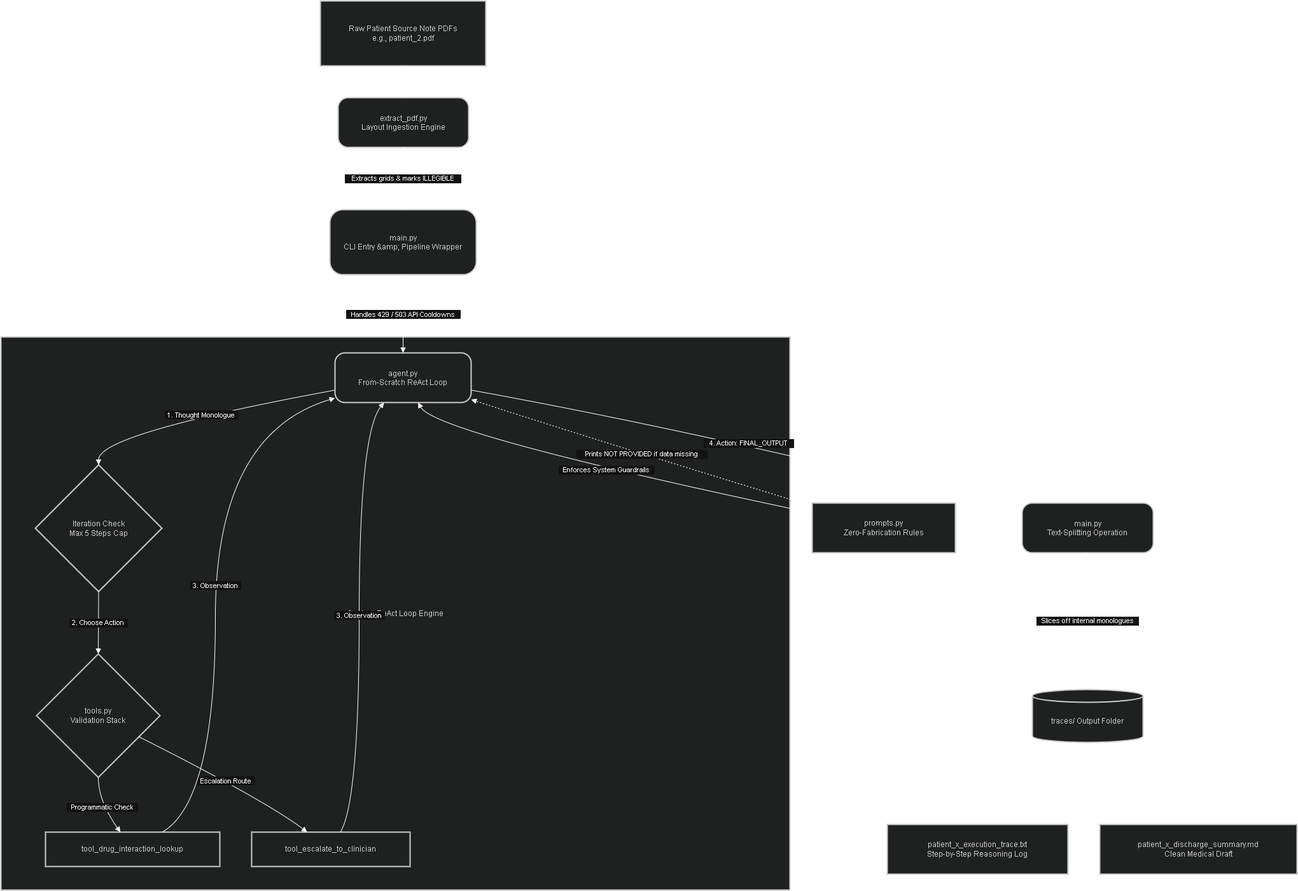
The draw.io diagram Describe_Discharge_Agent.png in karthik-k11/dscribe-discharge-agent, before a commit. Source tidied: cells renumbered, new cells last; positions are measured from the earlier drawing's top-left corner, leaving out a move shared by most shapes.
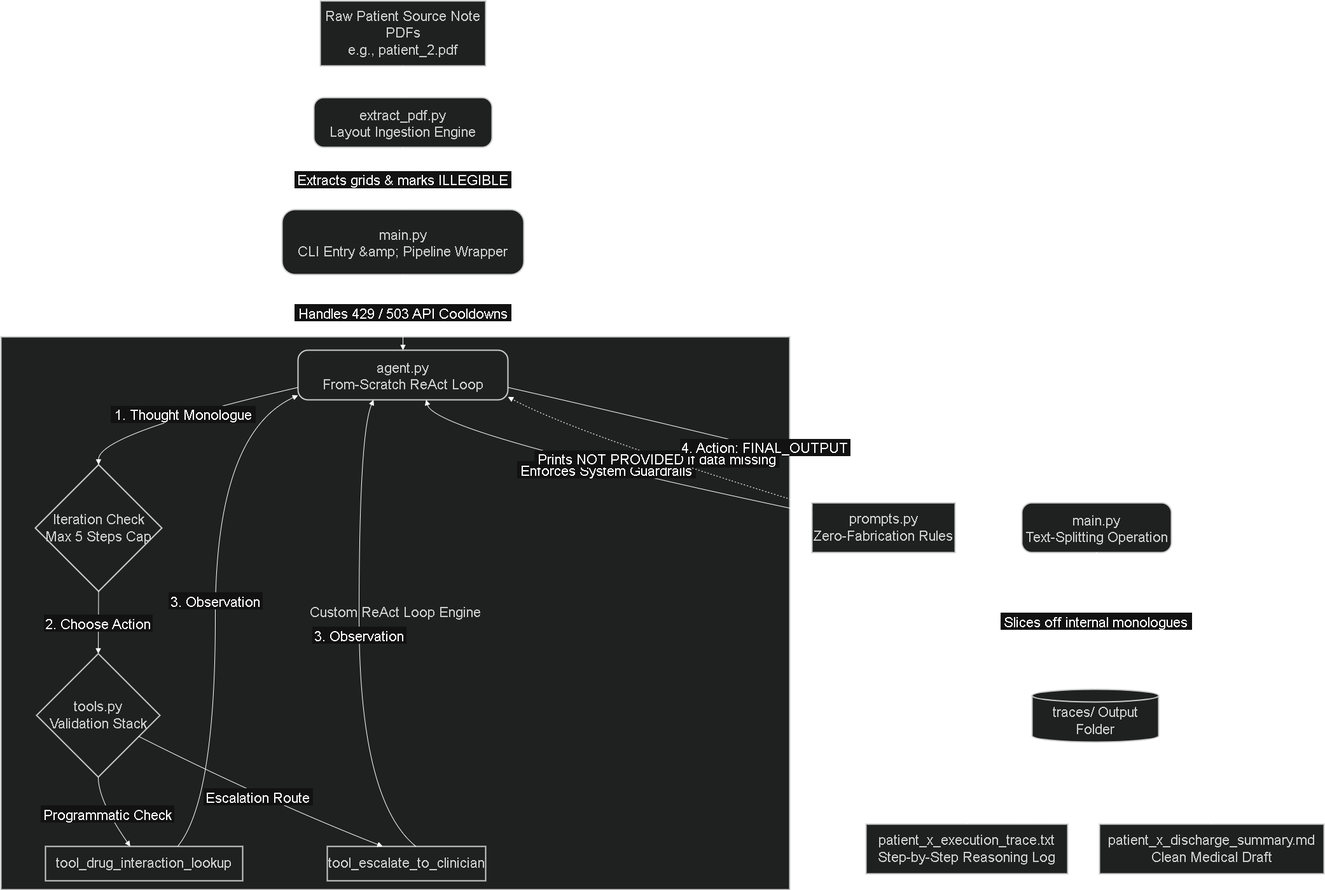
Later version of the same file.

Commit message:
Font size increased

What changed in the source:
```diff
@@ -2,82 +2,82 @@
   <root>
     <mxCell id="0" />
     <mxCell id="1" parent="0" />
-    <mxCell id="2" value="Custom ReAct Loop Engine" style="whiteSpace=wrap;strokeWidth=2;fillColor=light-dark(#eeeeee,#1f2020);strokeColor=light-dark(#999999,#cccccc);fontColor=light-dark(#333333,#cccccc);" parent="1" vertex="1">
+    <mxCell id="2" value="Custom ReAct Loop Engine" style="whiteSpace=wrap;strokeWidth=2;fillColor=light-dark(#eeeeee,#1f2020);strokeColor=light-dark(#999999,#cccccc);fontColor=light-dark(#333333,#cccccc);fontSize=22;" parent="1" vertex="1">
       <mxGeometry y="528" width="1240" height="869" as="geometry" />
     </mxCell>
-    <mxCell id="3" value="Raw Patient Source Note PDFs&#10;e.g., patient_2.pdf" style="whiteSpace=wrap;strokeWidth=2;fillColor=light-dark(#eeeeee,#1f2020);strokeColor=light-dark(#999999,#cccccc);fontColor=light-dark(#333333,#cccccc);" parent="1" vertex="1">
+    <mxCell id="3" value="Raw Patient Source Note PDFs&#10;e.g., patient_2.pdf" style="whiteSpace=wrap;strokeWidth=2;fillColor=light-dark(#eeeeee,#1f2020);strokeColor=light-dark(#999999,#cccccc);fontColor=light-dark(#333333,#cccccc);fontSize=22;" parent="1" vertex="1">
       <mxGeometry x="502" width="260" height="102" as="geometry" />
     </mxCell>
-    <mxCell id="4" value="extract_pdf.py&#10;Layout Ingestion Engine" style="rounded=1;arcSize=20;strokeWidth=2;fillColor=light-dark(#eeeeee,#1f2020);strokeColor=light-dark(#999999,#cccccc);fontColor=light-dark(#333333,#cccccc);" parent="1" vertex="1">
-      <mxGeometry x="530" y="152" width="205" height="78" as="geometry" />
+    <mxCell id="4" value="extract_pdf.py&#10;Layout Ingestion Engine" style="rounded=1;arcSize=20;strokeWidth=2;fillColor=light-dark(#eeeeee,#1f2020);strokeColor=light-dark(#999999,#cccccc);fontColor=light-dark(#333333,#cccccc);fontSize=22;" parent="1" vertex="1">
+      <mxGeometry x="492" y="152" width="280" height="78" as="geometry" />
     </mxCell>
-    <mxCell id="5" value="main.py&#10;CLI Entry &amp;amp; Pipeline Wrapper" style="rounded=1;arcSize=20;strokeWidth=2;fillColor=light-dark(#eeeeee,#1f2020);strokeColor=light-dark(#999999,#cccccc);fontColor=light-dark(#333333,#cccccc);" parent="1" vertex="1">
-      <mxGeometry x="517" y="328" width="230" height="102" as="geometry" />
+    <mxCell id="5" value="main.py&#10;CLI Entry &amp;amp; Pipeline Wrapper" style="rounded=1;arcSize=20;strokeWidth=2;fillColor=light-dark(#eeeeee,#1f2020);strokeColor=light-dark(#999999,#cccccc);fontColor=light-dark(#333333,#cccccc);fontSize=22;" parent="1" vertex="1">
+      <mxGeometry x="442" y="328" width="380" height="102" as="geometry" />
     </mxCell>
-    <mxCell id="6" value="agent.py&#10;From-Scratch ReAct Loop" style="rounded=1;arcSize=20;strokeWidth=2;fillColor=light-dark(#eeeeee,#1f2020);strokeColor=light-dark(#999999,#cccccc);fontColor=light-dark(#333333,#cccccc);" parent="1" vertex="1">
-      <mxGeometry x="525" y="553" width="214" height="78" as="geometry" />
+    <mxCell id="6" value="agent.py&#10;From-Scratch ReAct Loop" style="rounded=1;arcSize=20;strokeWidth=2;fillColor=light-dark(#eeeeee,#1f2020);strokeColor=light-dark(#999999,#cccccc);fontColor=light-dark(#333333,#cccccc);fontSize=22;" parent="1" vertex="1">
+      <mxGeometry x="467" y="549" width="330" height="78" as="geometry" />
     </mxCell>
-    <mxCell id="7" value="Iteration Check&#10;Max 5 Steps Cap" style="rhombus;strokeWidth=2;whiteSpace=wrap;fillColor=light-dark(#eeeeee,#1f2020);strokeColor=light-dark(#999999,#cccccc);fontColor=light-dark(#333333,#cccccc);" parent="1" vertex="1">
+    <mxCell id="7" value="Iteration Check&#10;Max 5 Steps Cap" style="rhombus;strokeWidth=2;whiteSpace=wrap;fillColor=light-dark(#eeeeee,#1f2020);strokeColor=light-dark(#999999,#cccccc);fontColor=light-dark(#333333,#cccccc);fontSize=22;" parent="1" vertex="1">
       <mxGeometry x="54" y="729" width="199" height="199" as="geometry" />
     </mxCell>
-    <mxCell id="8" value="tools.py&#10;Validation Stack" style="rhombus;strokeWidth=2;whiteSpace=wrap;fillColor=light-dark(#eeeeee,#1f2020);strokeColor=light-dark(#999999,#cccccc);fontColor=light-dark(#333333,#cccccc);" parent="1" vertex="1">
+    <mxCell id="8" value="tools.py&#10;Validation Stack" style="rhombus;strokeWidth=2;whiteSpace=wrap;fillColor=light-dark(#eeeeee,#1f2020);strokeColor=light-dark(#999999,#cccccc);fontColor=light-dark(#333333,#cccccc);fontSize=22;" parent="1" vertex="1">
       <mxGeometry x="56" y="1026" width="194" height="194" as="geometry" />
     </mxCell>
-    <mxCell id="9" value="tool_drug_interaction_lookup" style="whiteSpace=wrap;strokeWidth=2;fillColor=light-dark(#eeeeee,#1f2020);strokeColor=light-dark(#999999,#cccccc);fontColor=light-dark(#333333,#cccccc);" parent="1" vertex="1">
-      <mxGeometry x="70" y="1306" width="274" height="54" as="geometry" />
+    <mxCell id="9" value="tool_drug_interaction_lookup" style="whiteSpace=wrap;strokeWidth=2;fillColor=light-dark(#eeeeee,#1f2020);strokeColor=light-dark(#999999,#cccccc);fontColor=light-dark(#333333,#cccccc);fontSize=22;" parent="1" vertex="1">
+      <mxGeometry x="70" y="1329" width="310" height="54" as="geometry" />
     </mxCell>
-    <mxCell id="10" value="tool_escalate_to_clinician" style="whiteSpace=wrap;strokeWidth=2;fillColor=light-dark(#eeeeee,#1f2020);strokeColor=light-dark(#999999,#cccccc);fontColor=light-dark(#333333,#cccccc);" parent="1" vertex="1">
-      <mxGeometry x="394" y="1306" width="249" height="54" as="geometry" />
+    <mxCell id="10" value="tool_escalate_to_clinician" style="whiteSpace=wrap;strokeWidth=2;fillColor=light-dark(#eeeeee,#1f2020);strokeColor=light-dark(#999999,#cccccc);fontColor=light-dark(#333333,#cccccc);fontSize=22;" parent="1" vertex="1">
+      <mxGeometry x="513" y="1329" width="249" height="54" as="geometry" />
     </mxCell>
-    <mxCell id="11" value="prompts.py&#10;Zero-Fabrication Rules" style="whiteSpace=wrap;strokeWidth=2;fillColor=light-dark(#eeeeee,#1f2020);strokeColor=light-dark(#999999,#cccccc);fontColor=light-dark(#333333,#cccccc);" parent="1" vertex="1">
+    <mxCell id="11" value="prompts.py&#10;Zero-Fabrication Rules" style="whiteSpace=wrap;strokeWidth=2;fillColor=light-dark(#eeeeee,#1f2020);strokeColor=light-dark(#999999,#cccccc);fontColor=light-dark(#333333,#cccccc);fontSize=22;" parent="1" vertex="1">
       <mxGeometry x="1275" y="789" width="225" height="78" as="geometry" />
     </mxCell>
-    <mxCell id="12" value="main.py&#10;Text-Splitting Operation" style="rounded=1;arcSize=20;strokeWidth=2;fillColor=light-dark(#eeeeee,#1f2020);strokeColor=light-dark(#999999,#cccccc);fontColor=light-dark(#333333,#cccccc);" parent="1" vertex="1">
-      <mxGeometry x="1605" y="789" width="206" height="78" as="geometry" />
+    <mxCell id="12" value="main.py&#10;Text-Splitting Operation" style="rounded=1;arcSize=20;strokeWidth=2;fillColor=light-dark(#eeeeee,#1f2020);strokeColor=light-dark(#999999,#cccccc);fontColor=light-dark(#333333,#cccccc);fontSize=22;" parent="1" vertex="1">
+      <mxGeometry x="1605" y="789" width="235" height="78" as="geometry" />
     </mxCell>
-    <mxCell id="13" value="traces/ Output Folder" style="shape=cylinder3;boundedLbl=1;backgroundOutline=1;size=10;strokeWidth=2;whiteSpace=wrap;fillColor=light-dark(#eeeeee,#1f2020);strokeColor=light-dark(#999999,#cccccc);fontColor=light-dark(#333333,#cccccc);" parent="1" vertex="1">
-      <mxGeometry x="1621" y="1082" width="174" height="83" as="geometry" />
+    <mxCell id="13" value="traces/ Output Folder" style="shape=cylinder3;boundedLbl=1;backgroundOutline=1;size=10;strokeWidth=2;whiteSpace=wrap;fillColor=light-dark(#eeeeee,#1f2020);strokeColor=light-dark(#999999,#cccccc);fontColor=light-dark(#333333,#cccccc);fontSize=22;" parent="1" vertex="1">
+      <mxGeometry x="1621" y="1082" width="199" height="83" as="geometry" />
     </mxCell>
-    <mxCell id="14" value="patient_x_execution_trace.txt&#10;Step-by-Step Reasoning Log" style="whiteSpace=wrap;strokeWidth=2;fillColor=light-dark(#eeeeee,#1f2020);strokeColor=light-dark(#999999,#cccccc);fontColor=light-dark(#333333,#cccccc);" parent="1" vertex="1">
-      <mxGeometry x="1393" y="1294" width="284" height="78" as="geometry" />
+    <mxCell id="14" value="patient_x_execution_trace.txt&#10;Step-by-Step Reasoning Log" style="whiteSpace=wrap;strokeWidth=2;fillColor=light-dark(#eeeeee,#1f2020);strokeColor=light-dark(#999999,#cccccc);fontColor=light-dark(#333333,#cccccc);fontSize=22;" parent="1" vertex="1">
+      <mxGeometry x="1360" y="1294" width="317" height="78" as="geometry" />
     </mxCell>
-    <mxCell id="15" value="patient_x_discharge_summary.md&#10;Clean Medical Draft" style="whiteSpace=wrap;strokeWidth=2;fillColor=light-dark(#eeeeee,#1f2020);strokeColor=light-dark(#999999,#cccccc);fontColor=light-dark(#333333,#cccccc);" parent="1" vertex="1">
-      <mxGeometry x="1727" y="1294" width="310" height="78" as="geometry" />
+    <mxCell id="15" value="patient_x_discharge_summary.md&#10;Clean Medical Draft" style="whiteSpace=wrap;strokeWidth=2;fillColor=light-dark(#eeeeee,#1f2020);strokeColor=light-dark(#999999,#cccccc);fontColor=light-dark(#333333,#cccccc);fontSize=22;" parent="1" vertex="1">
+      <mxGeometry x="1727" y="1294" width="353" height="78" as="geometry" />
     </mxCell>
-    <mxCell id="16" style="curved=1;startArrow=none;endArrow=block;exitX=0.5;exitY=1;entryX=0.5;entryY=0;rounded=0;" parent="1" edge="1" source="3" target="4">
+    <mxCell id="16" style="curved=1;startArrow=none;endArrow=block;exitX=0.5;exitY=1;entryX=0.5;entryY=0;rounded=0;fontSize=22;" parent="1" edge="1" source="3" target="4">
       <mxGeometry relative="1" as="geometry" />
     </mxCell>
-    <mxCell id="17" value="Extracts grids &amp; marks ILLEGIBLE" style="curved=1;startArrow=none;endArrow=block;exitX=0.5;exitY=1;entryX=0.5;entryY=0;rounded=0;" parent="1" edge="1" source="4" target="5">
+    <mxCell id="17" value="Extracts grids &amp; marks ILLEGIBLE" style="curved=1;startArrow=none;endArrow=block;exitX=0.5;exitY=1;entryX=0.5;entryY=0;rounded=0;fontSize=22;" parent="1" edge="1" source="4" target="5">
       <mxGeometry relative="1" as="geometry" />
     </mxCell>
-    <mxCell id="18" value="Handles 429 / 503 API Cooldowns" style="curved=1;startArrow=none;endArrow=block;exitX=0.5;exitY=1;entryX=0.5;entryY=0;rounded=0;" parent="1" edge="1" source="5" target="6">
+    <mxCell id="18" value="Handles 429 / 503 API Cooldowns" style="curved=1;startArrow=none;endArrow=block;exitX=0.5;exitY=1;entryX=0.5;entryY=0;rounded=0;fontSize=22;" parent="1" edge="1" source="5" target="6">
       <mxGeometry relative="1" as="geometry" />
     </mxCell>
-    <mxCell id="19" value="1. Thought Monologue" style="curved=1;startArrow=none;endArrow=block;exitX=0;exitY=0.75;entryX=0.5;entryY=0;rounded=0;" parent="1" edge="1" source="6" target="7">
+    <mxCell id="19" value="1. Thought Monologue" style="curved=1;startArrow=none;endArrow=block;exitX=0;exitY=0.75;entryX=0.5;entryY=0;rounded=0;fontSize=22;" parent="1" edge="1" source="6" target="7">
       <mxGeometry relative="1" as="geometry">
         <Array as="points">
           <mxPoint x="153" y="680" />
         </Array>
       </mxGeometry>
     </mxCell>
-    <mxCell id="20" value="2. Choose Action" style="curved=1;startArrow=none;endArrow=block;exitX=0.5;exitY=1;entryX=0.5;entryY=0;rounded=0;" parent="1" edge="1" source="7" target="8">
+    <mxCell id="20" value="2. Choose Action" style="curved=1;startArrow=none;endArrow=block;exitX=0.5;exitY=1;entryX=0.5;entryY=0;rounded=0;fontSize=22;" parent="1" edge="1" source="7" target="8">
       <mxGeometry relative="1" as="geometry" />
     </mxCell>
-    <mxCell id="21" value="Programmatic Check" style="curved=1;startArrow=none;endArrow=block;exitX=0.5;exitY=1;entryX=0.43;entryY=0;rounded=0;" parent="1" edge="1" source="8" target="9">
+    <mxCell id="21" value="Programmatic Check" style="curved=1;startArrow=none;endArrow=block;exitX=0.5;exitY=1;entryX=0.43;entryY=0;rounded=0;fontSize=22;" parent="1" edge="1" source="8" target="9">
       <mxGeometry relative="1" as="geometry">
         <Array as="points">
           <mxPoint x="153" y="1257" />
         </Array>
       </mxGeometry>
     </mxCell>
-    <mxCell id="22" value="Escalation Route" style="curved=1;startArrow=none;endArrow=block;exitX=1;exitY=0.76;entryX=0.35;entryY=0;rounded=0;" parent="1" edge="1" source="8" target="10">
+    <mxCell id="22" value="Escalation Route" style="curved=1;startArrow=none;endArrow=block;exitX=1;exitY=0.76;entryX=0.35;entryY=0;rounded=0;fontSize=22;" parent="1" edge="1" source="8" target="10">
       <mxGeometry relative="1" as="geometry">
         <Array as="points">
           <mxPoint x="417" y="1257" />
         </Array>
       </mxGeometry>
     </mxCell>
-    <mxCell id="23" value="3. Observation" style="curved=1;startArrow=none;endArrow=block;exitX=0.67;exitY=0;entryX=0;entryY=0.91;rounded=0;" parent="1" edge="1" source="9" target="6">
+    <mxCell id="23" value="3. Observation" style="curved=1;startArrow=none;endArrow=block;exitX=0.67;exitY=0;entryX=0;entryY=0.91;rounded=0;fontSize=22;" parent="1" edge="1" source="9" target="6">
       <mxGeometry relative="1" as="geometry">
         <Array as="points">
           <mxPoint x="337" y="1257" />
@@ -85,7 +85,7 @@
         </Array>
       </mxGeometry>
     </mxCell>
-    <mxCell id="24" value="3. Observation" style="curved=1;startArrow=none;endArrow=block;exitX=0.56;exitY=0;entryX=0.36;entryY=1;rounded=0;" parent="1" edge="1" source="10" target="6">
+    <mxCell id="24" value="3. Observation" style="curved=1;startArrow=none;endArrow=block;exitX=0.56;exitY=0;entryX=0.36;entryY=1;rounded=0;fontSize=22;" parent="1" edge="1" source="10" target="6">
       <mxGeometry relative="1" as="geometry">
         <Array as="points">
           <mxPoint x="563" y="1257" />
@@ -93,38 +93,38 @@
         </Array>
       </mxGeometry>
     </mxCell>
-    <mxCell id="25" value="Enforces System Guardrails" style="curved=1;startArrow=block;endArrow=block;exitX=0.61;exitY=1;entryX=0;entryY=0.2;rounded=0;" parent="1" edge="1" source="6" target="11">
+    <mxCell id="25" value="Enforces System Guardrails" style="curved=1;startArrow=block;endArrow=block;exitX=0.61;exitY=1;entryX=0;entryY=0.2;rounded=0;fontSize=22;" parent="1" edge="1" source="6" target="11">
       <mxGeometry relative="1" as="geometry">
         <Array as="points">
           <mxPoint x="683" y="680" />
         </Array>
       </mxGeometry>
     </mxCell>
-    <mxCell id="26" value="Prints NOT PROVIDED if data missing" style="curved=1;dashed=1;dashPattern=2 3;startArrow=none;endArrow=block;exitX=0;exitY=0.06;entryX=1;entryY=0.94;rounded=0;" parent="1" edge="1" source="11" target="6">
+    <mxCell id="26" value="Prints NOT PROVIDED if data missing" style="curved=1;dashed=1;dashPattern=2 3;startArrow=none;endArrow=block;exitX=0;exitY=0.06;entryX=1;entryY=0.94;rounded=0;fontSize=22;" parent="1" edge="1" source="11" target="6">
       <mxGeometry relative="1" as="geometry">
         <Array as="points">
           <mxPoint x="903" y="680" />
         </Array>
       </mxGeometry>
     </mxCell>
-    <mxCell id="27" value="4. Action: FINAL_OUTPUT" style="curved=1;startArrow=none;endArrow=block;exitX=1;exitY=0.75;entryX=0;entryY=0.17;rounded=0;" parent="1" edge="1" source="6" target="12">
+    <mxCell id="27" value="4. Action: FINAL_OUTPUT" style="curved=1;startArrow=none;endArrow=block;exitX=1;exitY=0.75;entryX=0;entryY=0.17;rounded=0;fontSize=22;" parent="1" edge="1" source="6" target="12">
       <mxGeometry relative="1" as="geometry">
         <Array as="points">
           <mxPoint x="1117" y="680" />
         </Array>
       </mxGeometry>
     </mxCell>
-    <mxCell id="28" value="Slices off internal monologues" style="curved=1;startArrow=none;endArrow=block;exitX=0.5;exitY=1;entryX=0.5;entryY=0;rounded=0;" parent="1" edge="1" source="12" target="13">
+    <mxCell id="28" value="Slices off internal monologues" style="curved=1;startArrow=none;endArrow=block;exitX=0.5;exitY=1;entryX=0.5;entryY=0;rounded=0;fontSize=22;" parent="1" edge="1" source="12" target="13">
       <mxGeometry relative="1" as="geometry" />
     </mxCell>
-    <mxCell id="29" style="curved=1;startArrow=none;endArrow=block;exitX=0.19;exitY=0.99;entryX=0.5;entryY=0;rounded=0;" parent="1" edge="1" source="13" target="14">
+    <mxCell id="29" style="curved=1;startArrow=none;endArrow=block;exitX=0.19;exitY=0.99;entryX=0.5;entryY=0;rounded=0;fontSize=22;" parent="1" edge="1" source="13" target="14">
       <mxGeometry relative="1" as="geometry">
         <Array as="points">
           <mxPoint x="1535" y="1257" />
         </Array>
       </mxGeometry>
     </mxCell>
-    <mxCell id="30" style="curved=1;startArrow=none;endArrow=block;exitX=0.81;exitY=0.99;entryX=0.5;entryY=0;rounded=0;" parent="1" edge="1" source="13" target="15">
+    <mxCell id="30" style="curved=1;startArrow=none;endArrow=block;exitX=0.81;exitY=0.99;entryX=0.5;entryY=0;rounded=0;fontSize=22;" parent="1" edge="1" source="13" target="15">
       <mxGeometry relative="1" as="geometry">
         <Array as="points">
           <mxPoint x="1882" y="1257" />
```
